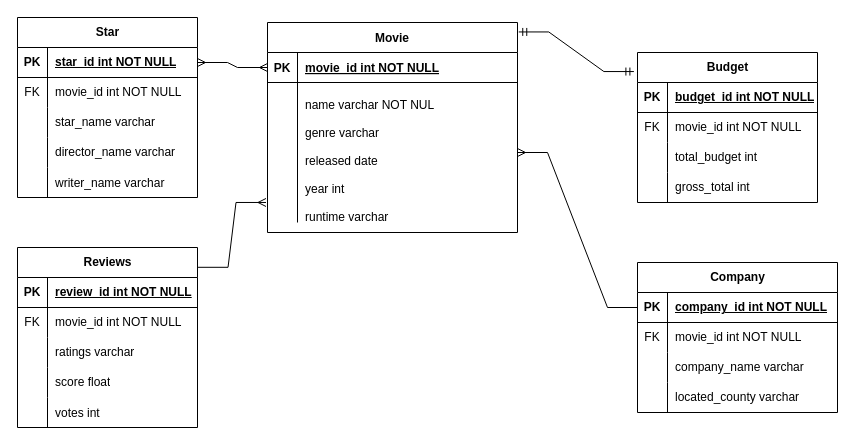
pateldeep99/ERD keeps this draw.io diagram as ERD.drawio.xml. Above is the earlier version. Source tidied: cells renumbered, new cells numbered last; positions are measured from the earlier drawing's top-left corner, leaving out a move shared by most shapes. Both pictures are drawn from the tidied source at 100%, with x=0, y=0 at pixel (17, 17).
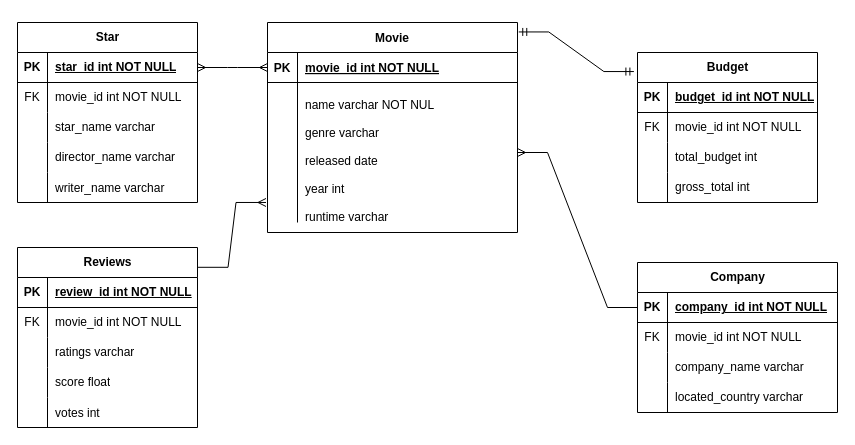
After the change.

The change refers to these unchanged cells:
```xml
<mxCell id="67" style="shape=tableRow;horizontal=0;startSize=0;swimlaneHead=0;swimlaneBody=0;fillColor=none;top=0;left=0;right=0;bottom=0;" parent="57" vertex="1">
  <mxGeometry y="120" width="200" height="30" as="geometry" />
</mxCell>
```

Diff of the diagram source:
```diff
@@
     <mxCell id="12" value="Star" style="shape=table;startSize=30;childLayout=tableLayout;rowLines=0;fontStyle=1;align=center;html=1;" parent="1" vertex="1">
-      <mxGeometry width="180" height="180" as="geometry" />
+      <mxGeometry y="5" width="180" height="180" as="geometry" />
     </mxCell>
@@
-    <mxCell id="69" value="located_county varchar" style="shape=partialRectangle;fillColor=none;top=0;left=0;bottom=0;right=0;align=left;spacingLeft=6;overflow=hidden;whiteSpace=wrap;html=1;" parent="67" vertex="1">
+    <mxCell id="69" value="located_country varchar" style="shape=partialRectangle;fillColor=none;top=0;left=0;bottom=0;right=0;align=left;spacingLeft=6;overflow=hidden;whiteSpace=wrap;html=1;" parent="67" vertex="1">
       <mxGeometry x="30" width="170" height="30" as="geometry" />
     </mxCell>
```
